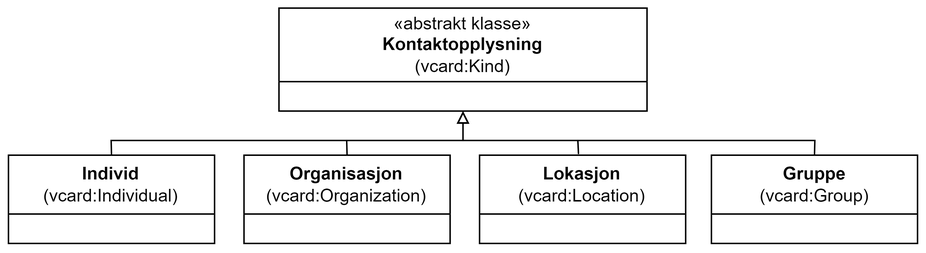
The draw.io diagram docs/images/Klassen-Kontaktopplysning.png in Informasjonsforvaltning/dcat-ap-no, before a commit. Source tidied: cells renumbered, new cells last; positions are measured from the earlier drawing's top-left corner, leaving out a move shared by most shapes.
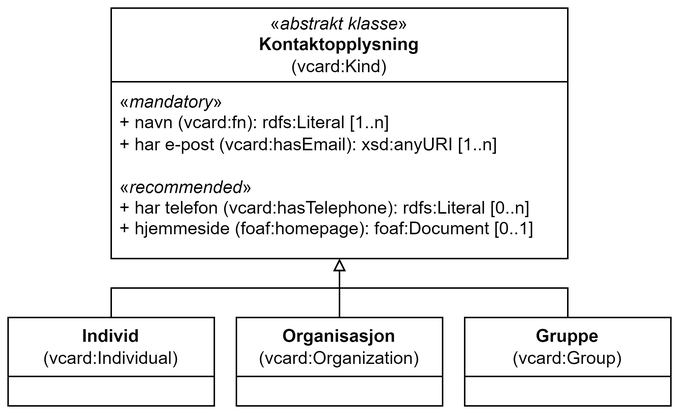
After the commit.

Commit message:
Oppdaterer Kontaktopplysning

The edit, as a diff of the source:
```diff
@@ -2,50 +2,37 @@
   <root>
     <mxCell id="0" />
     <mxCell id="1" parent="0" />
-    <mxCell id="2" value="&lt;span style=&quot;font-weight: normal;&quot;&gt;«abstrakt klasse»&lt;/span&gt;&lt;br&gt;&lt;div&gt;Kontaktopplysning&lt;/div&gt;&lt;div&gt;&lt;span style=&quot;font-weight: normal;&quot;&gt;(vcard:Kind)&lt;/span&gt;&lt;/div&gt;" style="swimlane;whiteSpace=wrap;html=1;startSize=50;" parent="1" vertex="1">
-      <mxGeometry x="184" width="250" height="70" as="geometry" />
+    <mxCell id="2" value="&lt;span style=&quot;font-weight: normal;&quot;&gt;«&lt;i&gt;abstrakt klasse&lt;/i&gt;»&lt;/span&gt;&lt;br&gt;&lt;div&gt;Kontaktopplysning&lt;/div&gt;&lt;div&gt;&lt;span style=&quot;font-weight: normal;&quot;&gt;(vcard:Kind)&lt;/span&gt;&lt;/div&gt;" style="swimlane;whiteSpace=wrap;html=1;startSize=50;" parent="1" vertex="1">
+      <mxGeometry x="154" y="-30" width="310" height="170" as="geometry" />
     </mxCell>
+    <mxCell id="11" value="«&lt;i&gt;mandatory&lt;/i&gt;»&lt;br&gt;+ navn (vcard:fn): rdfs:Literal [1..n]&lt;br&gt;+ har e-post (vcard:hasEmail): xsd:anyURI [1..n]&lt;div&gt;&lt;br&gt;&lt;/div&gt;&lt;div&gt;«&lt;i&gt;recommended&lt;/i&gt;»&lt;br&gt;+ har telefon (vcard:hasTelephone): rdfs:Literal [0..n]&lt;/div&gt;&lt;div&gt;+ hjemmeside (foaf:homepage): foaf:Document [0..1]&lt;/div&gt;" style="text;strokeColor=none;fillColor=none;align=left;verticalAlign=top;spacingLeft=4;spacingRight=4;overflow=hidden;whiteSpace=wrap;html=1;" parent="2" vertex="1">
+      <mxGeometry y="50" width="300" height="110" as="geometry" />
+    </mxCell>
     <mxCell id="3" value="Individ&lt;br&gt;&lt;span style=&quot;font-weight: normal;&quot;&gt;(vcard:Individual&lt;span style=&quot;background-color: initial;&quot;&gt;)&lt;/span&gt;&lt;/span&gt;" style="swimlane;whiteSpace=wrap;html=1;startSize=40;" parent="1" vertex="1">
-      <mxGeometry x="0.2" y="100" width="140" height="60" as="geometry" />
+      <mxGeometry x="84" y="180" width="140" height="60" as="geometry" />
     </mxCell>
     <mxCell id="4" value="Organisasjon&lt;br&gt;&lt;span style=&quot;font-weight: normal;&quot;&gt;(vcard:Organization&lt;span style=&quot;border-color: var(--border-color); background-color: initial;&quot;&gt;)&lt;/span&gt;&lt;/span&gt;" style="swimlane;whiteSpace=wrap;html=1;startSize=40;" parent="1" vertex="1">
-      <mxGeometry x="160.2" y="100" width="140" height="60" as="geometry" />
+      <mxGeometry x="239" y="180" width="140" height="60" as="geometry" />
     </mxCell>
-    <mxCell id="5" value="Lokasjon&lt;br&gt;&lt;span style=&quot;font-weight: normal;&quot;&gt;(vcard:&lt;span style=&quot;border-color: var(--border-color); background-color: initial;&quot;&gt;Location)&lt;/span&gt;&lt;/span&gt;" style="swimlane;whiteSpace=wrap;html=1;startSize=40;" parent="1" vertex="1">
-      <mxGeometry x="320.2" y="100" width="140" height="60" as="geometry" />
-    </mxCell>
     <mxCell id="6" style="endArrow=block;html=1;rounded=0;exitX=0.5;exitY=0;exitDx=0;exitDy=0;entryX=0.5;entryY=1;entryDx=0;entryDy=0;endFill=0;" parent="1" edge="1" source="3" target="2">
       <mxGeometry relative="1" as="geometry">
         <Array as="points">
-          <mxPoint x="70" y="90" />
-          <mxPoint x="309" y="90" />
+          <mxPoint x="154" y="160" />
+          <mxPoint x="309" y="160" />
         </Array>
       </mxGeometry>
     </mxCell>
     <mxCell id="7" style="endArrow=block;html=1;rounded=0;exitX=0.5;exitY=0;exitDx=0;exitDy=0;endFill=0;entryX=0.5;entryY=1;entryDx=0;entryDy=0;" parent="1" edge="1" source="4" target="2">
-      <mxGeometry relative="1" as="geometry">
-        <Array as="points">
-          <mxPoint x="230" y="90" />
-          <mxPoint x="309" y="90" />
-        </Array>
-      </mxGeometry>
+      <mxGeometry relative="1" as="geometry" />
     </mxCell>
-    <mxCell id="8" style="endArrow=block;html=1;rounded=0;exitX=0.48;exitY=-0.012;exitDx=0;exitDy=0;endFill=0;exitPerimeter=0;entryX=0.5;entryY=1;entryDx=0;entryDy=0;" parent="1" edge="1" source="5" target="2">
-      <mxGeometry relative="1" as="geometry">
-        <Array as="points">
-          <mxPoint x="387" y="90" />
-          <mxPoint x="309" y="90" />
-        </Array>
-      </mxGeometry>
-    </mxCell>
     <mxCell id="9" value="Gruppe&lt;br&gt;&lt;span style=&quot;font-weight: normal;&quot;&gt;(vcard:&lt;/span&gt;&lt;span style=&quot;border-color: var(--border-color); background-color: initial;&quot;&gt;&lt;span style=&quot;font-weight: 400;&quot;&gt;Group&lt;/span&gt;&lt;span style=&quot;font-weight: normal;&quot;&gt;)&lt;/span&gt;&lt;/span&gt;" style="swimlane;whiteSpace=wrap;html=1;startSize=40;" parent="1" vertex="1">
-      <mxGeometry x="477.8" y="100" width="140" height="60" as="geometry" />
+      <mxGeometry x="394" y="180" width="140" height="60" as="geometry" />
     </mxCell>
     <mxCell id="10" style="endArrow=block;html=1;rounded=0;exitX=0.5;exitY=0;exitDx=0;exitDy=0;endFill=0;entryX=0.5;entryY=1;entryDx=0;entryDy=0;" parent="1" edge="1" source="9" target="2">
       <mxGeometry relative="1" as="geometry">
         <Array as="points">
-          <mxPoint x="548" y="90" />
-          <mxPoint x="309" y="90" />
+          <mxPoint x="464" y="160" />
+          <mxPoint x="309" y="160" />
         </Array>
       </mxGeometry>
     </mxCell>
```
